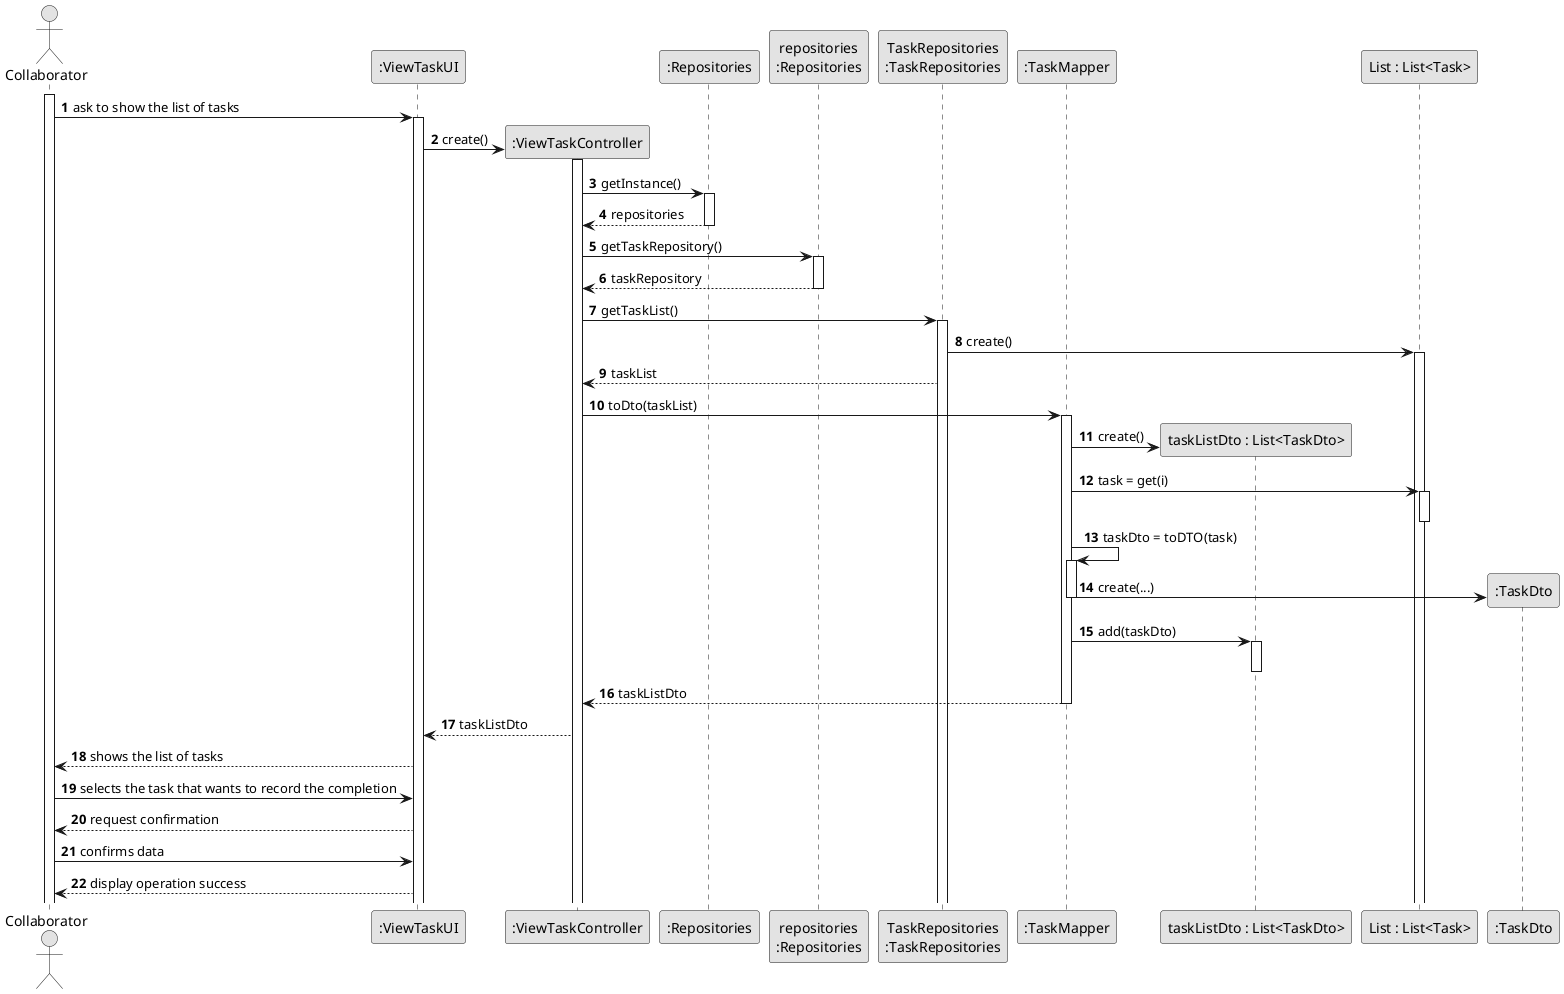
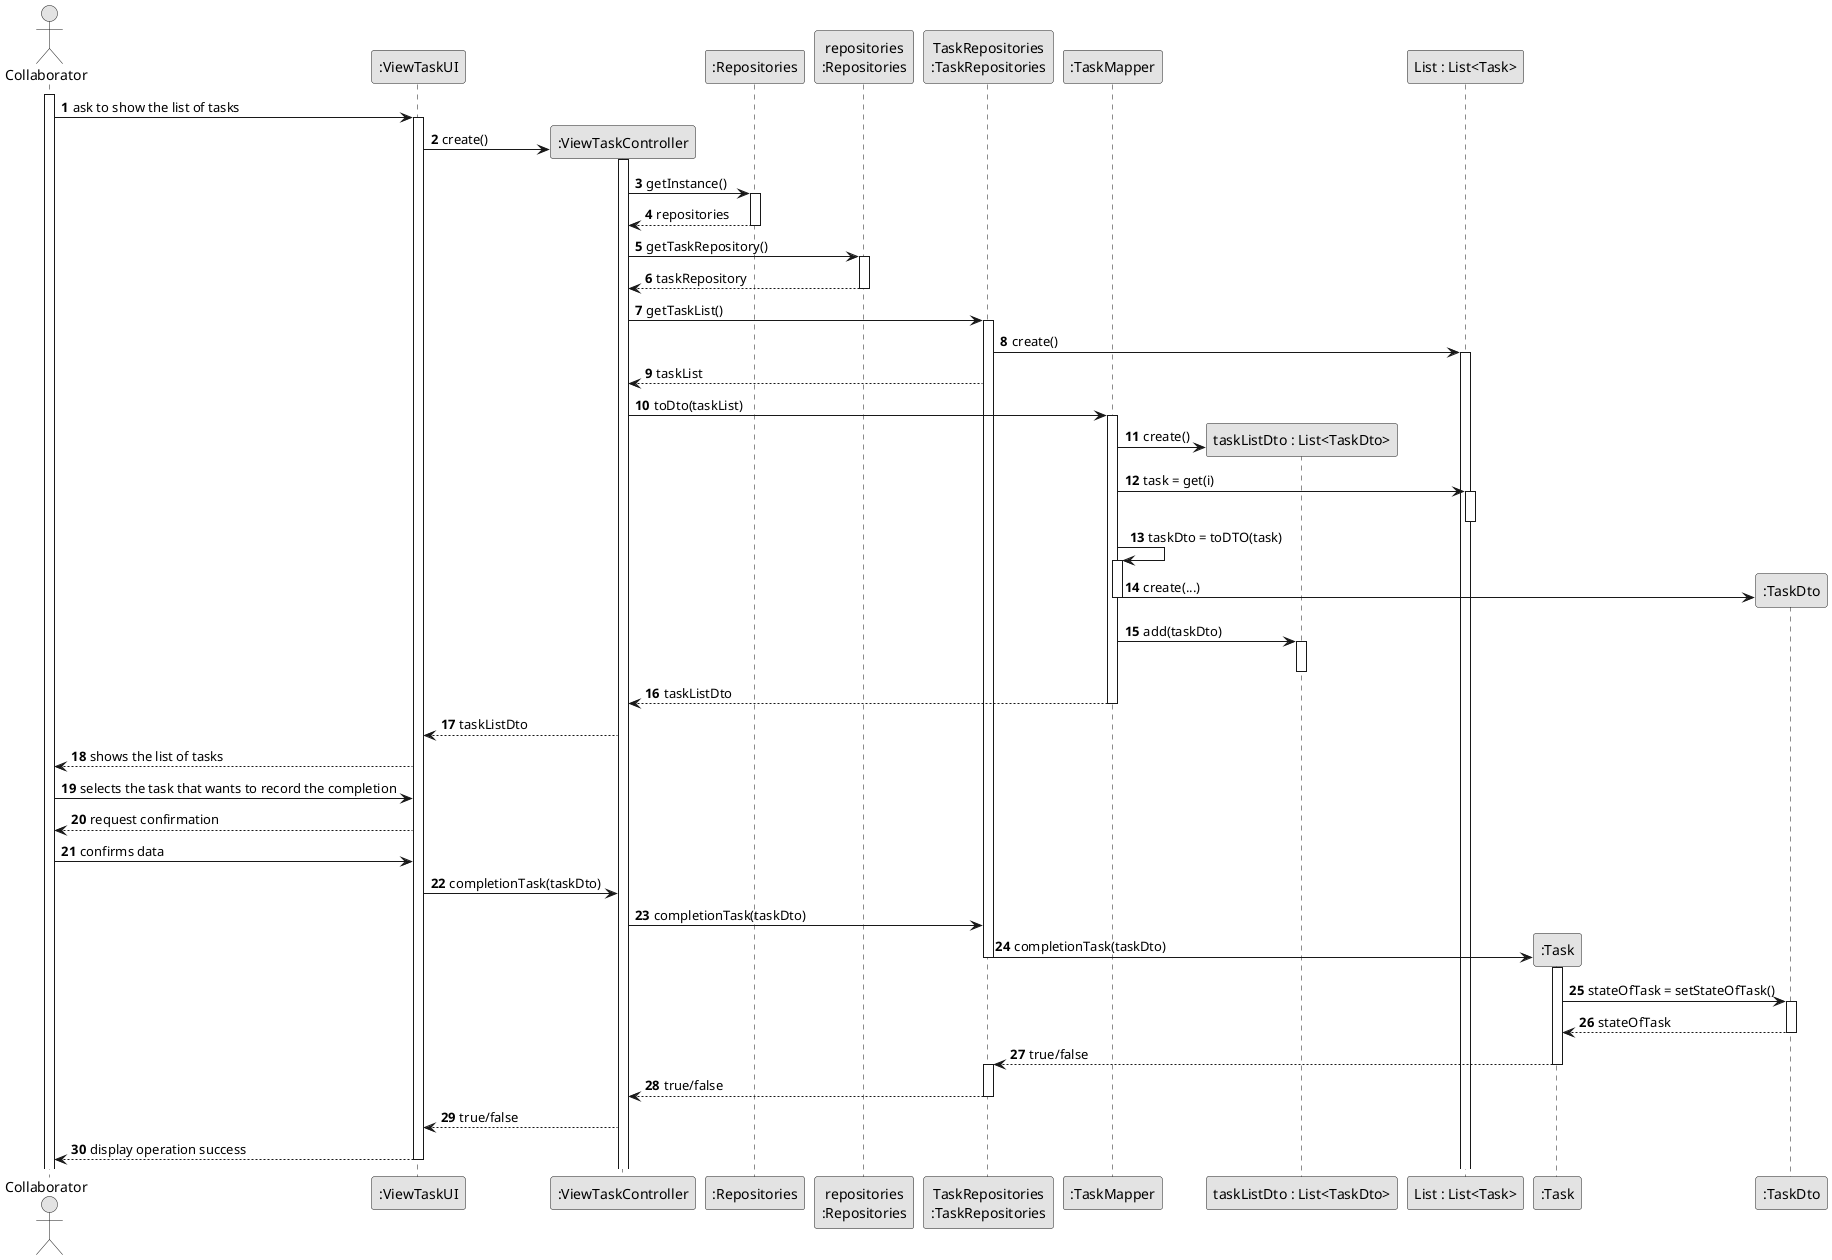
@startuml
skinparam monochrome true
skinparam packageStyle rectangle
skinparam shadowing false

autonumber

'hide footbox
actor "Collaborator" as Collaborator
participant ":ViewTaskUI" as UI
participant ":ViewTaskController" as CTRL
participant ":Repositories" as RepositorySingleton
participant "repositories\n:Repositories" as PLAT
participant "TaskRepositories\n:TaskRepositories" as TaskRepositories
participant ":TaskMapper" as MAPPER
participant "taskListDto : List<TaskDto>" as ListDTO
participant "List : List<Task>" as List
+ participant ":Task" as OBJ
participant ":TaskDto" as DTO
- 
- 
- 


activate Collaborator

Collaborator -> UI: ask to show the list of tasks
activate UI

UI -> CTRL**: create()
activate CTRL

CTRL -> RepositorySingleton: getInstance()
activate RepositorySingleton

RepositorySingleton --> CTRL: repositories
deactivate RepositorySingleton

CTRL -> PLAT: getTaskRepository()
activate PLAT

PLAT --> CTRL: taskRepository
deactivate PLAT

CTRL -> TaskRepositories: getTaskList()
activate TaskRepositories

TaskRepositories -> List: create()
activate List

TaskRepositories --> CTRL: taskList



CTRL -> MAPPER: toDto(taskList)
activate MAPPER

MAPPER -> ListDTO** : create()

MAPPER -> List : task = get(i)
activate List
deactivate List

MAPPER -> MAPPER : taskDto = toDTO(task)
activate MAPPER

MAPPER -> DTO**  : create(...)
deactivate MAPPER

MAPPER -> ListDTO : add(taskDto)
activate ListDTO
deactivate ListDTO

MAPPER --> CTRL : taskListDto
deactivate MAPPER

CTRL --> UI: taskListDto

- 
- 
- 
- 
- 
- 
- 
- 
- 
- 
- 
UI --> Collaborator: shows the list of tasks

Collaborator -> UI: selects the task that wants to record the completion

UI --> Collaborator: request confirmation

Collaborator -> UI: confirms data

+ UI -> CTRL: completionTask(taskDto)
+ 
+ CTRL -> TaskRepositories: completionTask(taskDto)
+ 
+ TaskRepositories -> OBJ**: completionTask(taskDto)
+ deactivate TaskRepositories
+ activate OBJ
+ 
+ OBJ -> DTO: stateOfTask = setStateOfTask()
+ activate DTO
+ 
+ DTO --> OBJ: stateOfTask
+ deactivate DTO
+ 
+ OBJ --> TaskRepositories: true/false
+ deactivate OBJ
+ activate TaskRepositories
+ 
+ TaskRepositories --> CTRL: true/false
+ deactivate TaskRepositories
+ 
+ CTRL --> UI: true/false
+ 
UI --> Collaborator: display operation success
- 
- 
- 
- 
- 
- 
- 
- 
- 
- 
- 
- 
- 
+ deactivate UI




@enduml